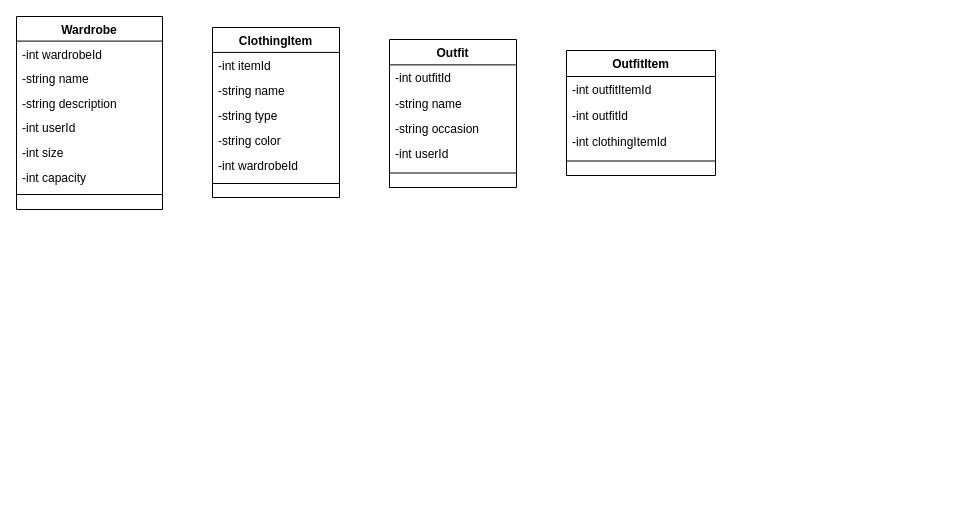
Above: Untitled Diagram.drawio in kurtesy/imp_docs (draw.io), before the change. Source tidied: cells renumbered, new cells numbered last; positions are measured from the earlier drawing's top-left corner, leaving out a move shared by most shapes. Both pictures are drawn from the tidied source at 100%, with x=0, y=0 at pixel (16, 16).
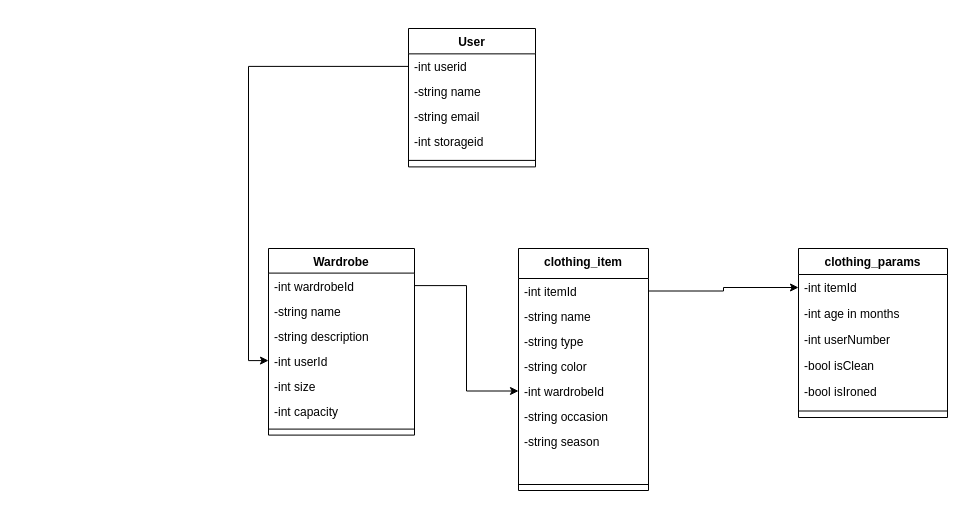
The same diagram, later.

What changed in the source:
```diff
@@
     <mxCell id="2" value="Wardrobe" style="swimlane;fontStyle=1;align=center;verticalAlign=top;horizontal=1;startSize=24.6;" parent="1" vertex="1">
-      <mxGeometry width="146" height="193" as="geometry" />
+      <mxGeometry x="252" y="232" width="146" height="186.6" as="geometry" />
     </mxCell>
     <mxCell id="3" value="-int wardrobeId" style="text;strokeColor=none;fillColor=none;align=left;verticalAlign=top;spacingLeft=4;spacingRight=4;overflow=hidden;points=[[0,0.5],[1,0.5]];portConstraint=eastwest;" parent="2" vertex="1">
-      <mxGeometry y="25" width="146" height="25" as="geometry" />
+      <mxGeometry y="24.6" width="146" height="25" as="geometry" />
     </mxCell>
     <mxCell id="4" value="-string name" style="text;strokeColor=none;fillColor=none;align=left;verticalAlign=top;spacingLeft=4;spacingRight=4;overflow=hidden;" parent="2" vertex="1">
-      <mxGeometry y="49" width="146" height="25" as="geometry" />
+      <mxGeometry y="49.6" width="146" height="25" as="geometry" />
     </mxCell>
     <mxCell id="5" value="-string description" style="text;strokeColor=none;fillColor=none;align=left;verticalAlign=top;spacingLeft=4;spacingRight=4;overflow=hidden;" parent="2" vertex="1">
-      <mxGeometry y="74" width="146" height="25" as="geometry" />
+      <mxGeometry y="74.6" width="146" height="25" as="geometry" />
     </mxCell>
     <mxCell id="6" value="-int userId" style="text;strokeColor=none;fillColor=none;align=left;verticalAlign=top;spacingLeft=4;spacingRight=4;overflow=hidden;points=[[0,0.5],[1,0.5]];portConstraint=eastwest;" parent="2" vertex="1">
-      <mxGeometry y="98" width="146" height="25" as="geometry" />
+      <mxGeometry y="99.6" width="146" height="25" as="geometry" />
     </mxCell>
     <mxCell id="7" value="-int size" style="text;strokeColor=none;fillColor=none;align=left;verticalAlign=top;spacingLeft=4;spacingRight=4;overflow=hidden;" parent="2" vertex="1">
-      <mxGeometry y="123" width="146" height="25" as="geometry" />
+      <mxGeometry y="124.6" width="146" height="25" as="geometry" />
     </mxCell>
     <mxCell id="8" value="-int capacity" style="text;strokeColor=none;fillColor=none;align=left;verticalAlign=top;spacingLeft=4;spacingRight=4;overflow=hidden;" parent="2" vertex="1">
-      <mxGeometry y="148" width="146" height="25" as="geometry" />
+      <mxGeometry y="149.6" width="146" height="25" as="geometry" />
     </mxCell>
     <mxCell id="9" style="line;strokeWidth=1;fillColor=none;align=left;verticalAlign=middle;spacingTop=-1;spacingLeft=3;spacingRight=3;labelPosition=right;strokeColor=inherit;" parent="2" vertex="1">
-      <mxGeometry y="172" width="146" height="12" as="geometry" />
+      <mxGeometry y="174.6" width="146" height="12" as="geometry" />
     </mxCell>
-    <mxCell id="10" value="ClothingItem" style="swimlane;fontStyle=1;align=center;verticalAlign=top;horizontal=1;startSize=24.923076923076923;" parent="1" vertex="1">
-      <mxGeometry x="196" y="11" width="127" height="170" as="geometry" />
+    <mxCell id="10" value="clothing_item" style="swimlane;fontStyle=1;align=center;verticalAlign=top;horizontal=1;startSize=30;" parent="1" vertex="1">
+      <mxGeometry x="502" y="232" width="130" height="242" as="geometry" />
     </mxCell>
     <mxCell id="11" value="-int itemId" style="text;strokeColor=none;fillColor=none;align=left;verticalAlign=top;spacingLeft=4;spacingRight=4;overflow=hidden;points=[[0,0.5],[1,0.5]];portConstraint=eastwest;" parent="10" vertex="1">
-      <mxGeometry y="25" width="127" height="25" as="geometry" />
+      <mxGeometry y="30" width="130" height="25" as="geometry" />
     </mxCell>
     <mxCell id="12" value="-string name" style="text;strokeColor=none;fillColor=none;align=left;verticalAlign=top;spacingLeft=4;spacingRight=4;overflow=hidden;" parent="10" vertex="1">
-      <mxGeometry y="50" width="127" height="25" as="geometry" />
+      <mxGeometry y="55" width="130" height="25" as="geometry" />
     </mxCell>
     <mxCell id="13" value="-string type" style="text;strokeColor=none;fillColor=none;align=left;verticalAlign=top;spacingLeft=4;spacingRight=4;overflow=hidden;" parent="10" vertex="1">
-      <mxGeometry y="75" width="127" height="25" as="geometry" />
+      <mxGeometry y="80" width="130" height="25" as="geometry" />
     </mxCell>
     <mxCell id="14" value="-string color" style="text;strokeColor=none;fillColor=none;align=left;verticalAlign=top;spacingLeft=4;spacingRight=4;overflow=hidden;" parent="10" vertex="1">
-      <mxGeometry y="100" width="127" height="25" as="geometry" />
+      <mxGeometry y="105" width="130" height="25" as="geometry" />
     </mxCell>
     <mxCell id="15" value="-int wardrobeId" style="text;strokeColor=none;fillColor=none;align=left;verticalAlign=top;spacingLeft=4;spacingRight=4;overflow=hidden;points=[[0,0.5],[1,0.5]];portConstraint=eastwest;" parent="10" vertex="1">
-      <mxGeometry y="125" width="127" height="25" as="geometry" />
+      <mxGeometry y="130" width="130" height="25" as="geometry" />
     </mxCell>
+    <mxCell id="28" value="-string occasion" style="text;strokeColor=none;fillColor=none;align=left;verticalAlign=top;spacingLeft=4;spacingRight=4;overflow=hidden;" parent="10" vertex="1">
+      <mxGeometry y="155" width="130" height="25" as="geometry" />
+    </mxCell>
+    <mxCell id="29" value="-string season" style="text;strokeColor=none;fillColor=none;align=left;verticalAlign=top;spacingLeft=4;spacingRight=4;overflow=hidden;" parent="10" vertex="1">
+      <mxGeometry y="180" width="130" height="25" as="geometry" />
+    </mxCell>
+    <mxCell id="30" style="text;strokeColor=none;fillColor=none;align=left;verticalAlign=top;spacingLeft=4;spacingRight=4;overflow=hidden;" parent="10" vertex="1">
+      <mxGeometry y="205" width="130" height="25" as="geometry" />
+    </mxCell>
     <mxCell id="16" style="line;strokeWidth=1;fillColor=none;align=left;verticalAlign=middle;spacingTop=-1;spacingLeft=3;spacingRight=3;labelPosition=right;strokeColor=inherit;" parent="10" vertex="1">
-      <mxGeometry y="150" width="127" height="12" as="geometry" />
+      <mxGeometry y="230" width="130" height="12" as="geometry" />
     </mxCell>
-    <mxCell id="17" value="Outfit" style="swimlane;fontStyle=1;align=center;verticalAlign=top;horizontal=1;startSize=25.363636363636363;" parent="1" vertex="1">
-      <mxGeometry x="373" y="23" width="127" height="148" as="geometry" />
+    <mxCell id="17" value="User" style="swimlane;fontStyle=1;align=center;verticalAlign=top;horizontal=1;startSize=25.363636363636363;" parent="1" vertex="1">
+      <mxGeometry x="392" y="12" width="127" height="138.4" as="geometry" />
     </mxCell>
-    <mxCell id="18" value="-int outfitId" style="text;strokeColor=none;fillColor=none;align=left;verticalAlign=top;spacingLeft=4;spacingRight=4;overflow=hidden;points=[[0,0.5],[1,0.5]];portConstraint=eastwest;" parent="17" vertex="1">
-      <mxGeometry y="25" width="127" height="25" as="geometry" />
+    <mxCell id="18" value="-int userid" style="text;strokeColor=none;fillColor=none;align=left;verticalAlign=top;spacingLeft=4;spacingRight=4;overflow=hidden;points=[[0,0.5],[1,0.5]];portConstraint=eastwest;" parent="17" vertex="1">
+      <mxGeometry y="25.4" width="127" height="25" as="geometry" />
     </mxCell>
     <mxCell id="19" value="-string name" style="text;strokeColor=none;fillColor=none;align=left;verticalAlign=top;spacingLeft=4;spacingRight=4;overflow=hidden;" parent="17" vertex="1">
-      <mxGeometry y="51" width="127" height="25" as="geometry" />
+      <mxGeometry y="50.4" width="127" height="25" as="geometry" />
     </mxCell>
-    <mxCell id="20" value="-string occasion" style="text;strokeColor=none;fillColor=none;align=left;verticalAlign=top;spacingLeft=4;spacingRight=4;overflow=hidden;" parent="17" vertex="1">
-      <mxGeometry y="76" width="127" height="25" as="geometry" />
+    <mxCell id="20" value="-string email" style="text;strokeColor=none;fillColor=none;align=left;verticalAlign=top;spacingLeft=4;spacingRight=4;overflow=hidden;" parent="17" vertex="1">
+      <mxGeometry y="75.4" width="127" height="25" as="geometry" />
     </mxCell>
-    <mxCell id="21" value="-int userId" style="text;strokeColor=none;fillColor=none;align=left;verticalAlign=top;spacingLeft=4;spacingRight=4;overflow=hidden;" parent="17" vertex="1">
-      <mxGeometry y="101" width="127" height="25" as="geometry" />
+    <mxCell id="21" value="-int storageid" style="text;strokeColor=none;fillColor=none;align=left;verticalAlign=top;spacingLeft=4;spacingRight=4;overflow=hidden;" parent="17" vertex="1">
+      <mxGeometry y="100.4" width="127" height="25" as="geometry" />
     </mxCell>
     <mxCell id="22" style="line;strokeWidth=1;fillColor=none;align=left;verticalAlign=middle;spacingTop=-1;spacingLeft=3;spacingRight=3;labelPosition=right;strokeColor=inherit;" parent="17" vertex="1">
-      <mxGeometry y="127" width="127" height="13" as="geometry" />
+      <mxGeometry y="125.4" width="127" height="13" as="geometry" />
     </mxCell>
-    <mxCell id="23" value="OutfitItem" style="swimlane;fontStyle=1;align=center;verticalAlign=top;horizontal=1;startSize=26;" parent="1" vertex="1">
-      <mxGeometry x="550" y="34" width="149" height="125" as="geometry" />
+    <mxCell id="23" value="clothing_params" style="swimlane;fontStyle=1;align=center;verticalAlign=top;horizontal=1;startSize=26;" parent="1" vertex="1">
+      <mxGeometry x="782" y="232" width="149" height="169" as="geometry" />
     </mxCell>
-    <mxCell id="24" value="-int outfitItemId" style="text;strokeColor=none;fillColor=none;align=left;verticalAlign=top;spacingLeft=4;spacingRight=4;overflow=hidden;points=[[0,0.5],[1,0.5]];portConstraint=eastwest;" parent="23" vertex="1">
+    <mxCell id="24" value="-int itemId" style="text;strokeColor=none;fillColor=none;align=left;verticalAlign=top;spacingLeft=4;spacingRight=4;overflow=hidden;points=[[0,0.5],[1,0.5]];portConstraint=eastwest;" parent="23" vertex="1">
       <mxGeometry y="26" width="149" height="26" as="geometry" />
     </mxCell>
-    <mxCell id="25" value="-int outfitId" style="text;strokeColor=none;fillColor=none;align=left;verticalAlign=top;spacingLeft=4;spacingRight=4;overflow=hidden;" parent="23" vertex="1">
+    <mxCell id="25" value="-int age in months" style="text;strokeColor=none;fillColor=none;align=left;verticalAlign=top;spacingLeft=4;spacingRight=4;overflow=hidden;" parent="23" vertex="1">
       <mxGeometry y="52" width="149" height="26" as="geometry" />
     </mxCell>
-    <mxCell id="26" value="-int clothingItemId" style="text;strokeColor=none;fillColor=none;align=left;verticalAlign=top;spacingLeft=4;spacingRight=4;overflow=hidden;" parent="23" vertex="1">
+    <mxCell id="26" value="-int userNumber" style="text;strokeColor=none;fillColor=none;align=left;verticalAlign=top;spacingLeft=4;spacingRight=4;overflow=hidden;" parent="23" vertex="1">
       <mxGeometry y="78" width="149" height="26" as="geometry" />
     </mxCell>
+    <mxCell id="31" value="-bool isClean" style="text;strokeColor=none;fillColor=none;align=left;verticalAlign=top;spacingLeft=4;spacingRight=4;overflow=hidden;" parent="23" vertex="1">
+      <mxGeometry y="104" width="149" height="26" as="geometry" />
+    </mxCell>
+    <mxCell id="32" value="-bool isIroned" style="text;strokeColor=none;fillColor=none;align=left;verticalAlign=top;spacingLeft=4;spacingRight=4;overflow=hidden;" parent="23" vertex="1">
+      <mxGeometry y="130" width="149" height="26" as="geometry" />
+    </mxCell>
     <mxCell id="27" style="line;strokeWidth=1;fillColor=none;align=left;verticalAlign=middle;spacingTop=-1;spacingLeft=3;spacingRight=3;labelPosition=right;strokeColor=inherit;" parent="23" vertex="1">
-      <mxGeometry y="104" width="149" height="13" as="geometry" />
+      <mxGeometry y="156" width="149" height="13" as="geometry" />
     </mxCell>
+    <mxCell id="33" style="edgeStyle=orthogonalEdgeStyle;rounded=0;jettySize=auto;html=1;exitX=0;exitY=0.5;exitDx=0;exitDy=0;entryX=0;entryY=0.5;entryDx=0;entryDy=0;" parent="1" edge="1" source="18" target="6">
+      <mxGeometry relative="1" as="geometry" />
+    </mxCell>
+    <mxCell id="34" style="edgeStyle=orthogonalEdgeStyle;rounded=0;jettySize=auto;html=1;exitX=1;exitY=0.5;exitDx=0;exitDy=0;entryX=0;entryY=0.5;entryDx=0;entryDy=0;" parent="1" edge="1" source="3" target="15">
+      <mxGeometry relative="1" as="geometry" />
+    </mxCell>
+    <mxCell id="35" style="edgeStyle=orthogonalEdgeStyle;rounded=0;jettySize=auto;html=1;entryX=0;entryY=0.5;entryDx=0;entryDy=0;" parent="1" edge="1" source="11" target="24">
+      <mxGeometry relative="1" as="geometry" />
+    </mxCell>
```
